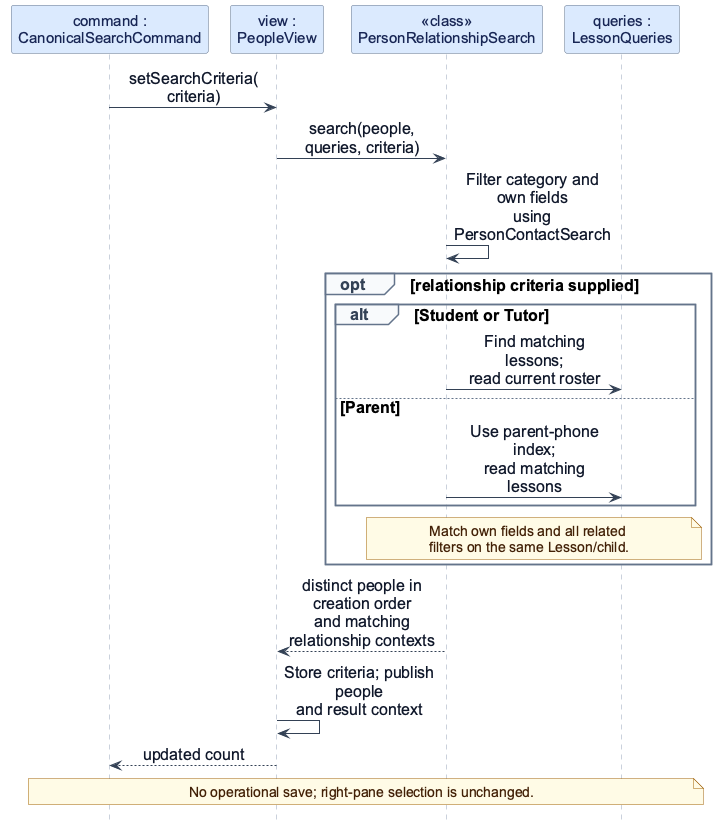
This is docs/images/PeopleSearch.png from AY2627S1-CS2103T-F13-3/tp, a PlantUML export, as it was before one commit. Source of this version:
```plantuml
@startuml
!include feature-sequence-style.iuml
participant "command :\nCanonicalSearchCommand" as C
participant "view :\nPeopleView" as V
participant "<<class>>\nPersonRelationshipSearch" as R
participant "queries :\nLessonQueries" as Q

C -> V : setSearchCriteria(\ncriteria)
V -> R : search(people, queries, criteria)
R -> R : Filter category and own fields\nusing PersonContactSearch
opt relationship criteria supplied
  alt Student or Tutor
    R -> Q : Find matching lessons;\nread current roster
  else Parent
    R -> Q : Use parent-phone index;\nread matching lessons
  end
  note over R, Q
    Match own fields and all related
    filters on the same Lesson/child.
  end note
end
R --> V : distinct people in creation order\nand matching relationship contexts
V -> V : Store criteria; publish people\nand result context
V --> C : updated count
note over C, Q : No operational save; right-pane selection is unchanged.
@enduml
```
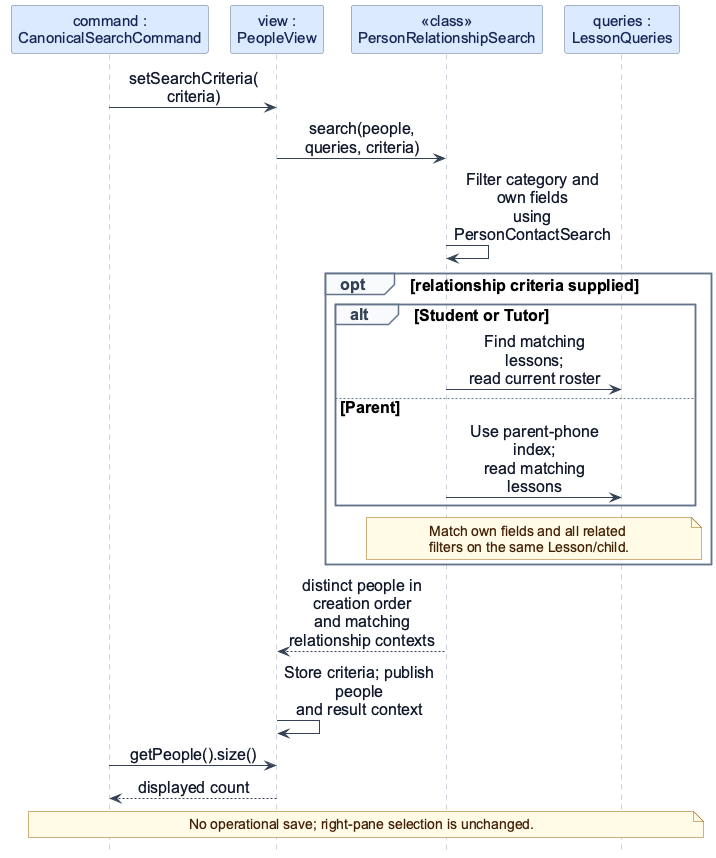
Later version of the same file.

What changed in the source:
```diff
@@ -21,6 +21,7 @@
 end
 R --> V : distinct people in creation order\nand matching relationship contexts
 V -> V : Store criteria; publish people\nand result context
-V --> C : updated count
+C -> V : getPeople().size()
+V --> C : displayed count
 note over C, Q : No operational save; right-pane selection is unchanged.
 @enduml
```
